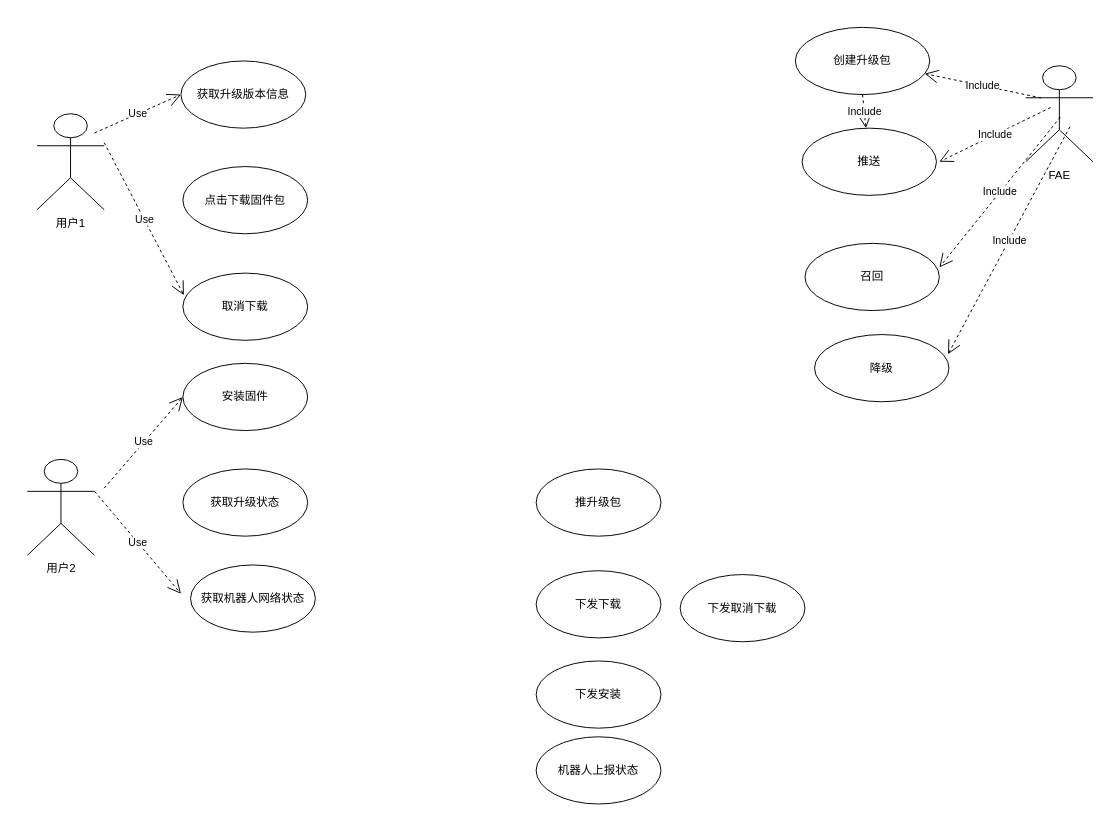
Earlier version of the draw.io diagram craft/Case_push_site_1.drawio (feihu618/drawio). Source tidied: cells renumbered, new cells numbered last; positions are measured from the earlier drawing's top-left corner, leaving out a move shared by most shapes. Both pictures are drawn from the tidied source at 96%, with x=0, y=0 at pixel (27, 27).
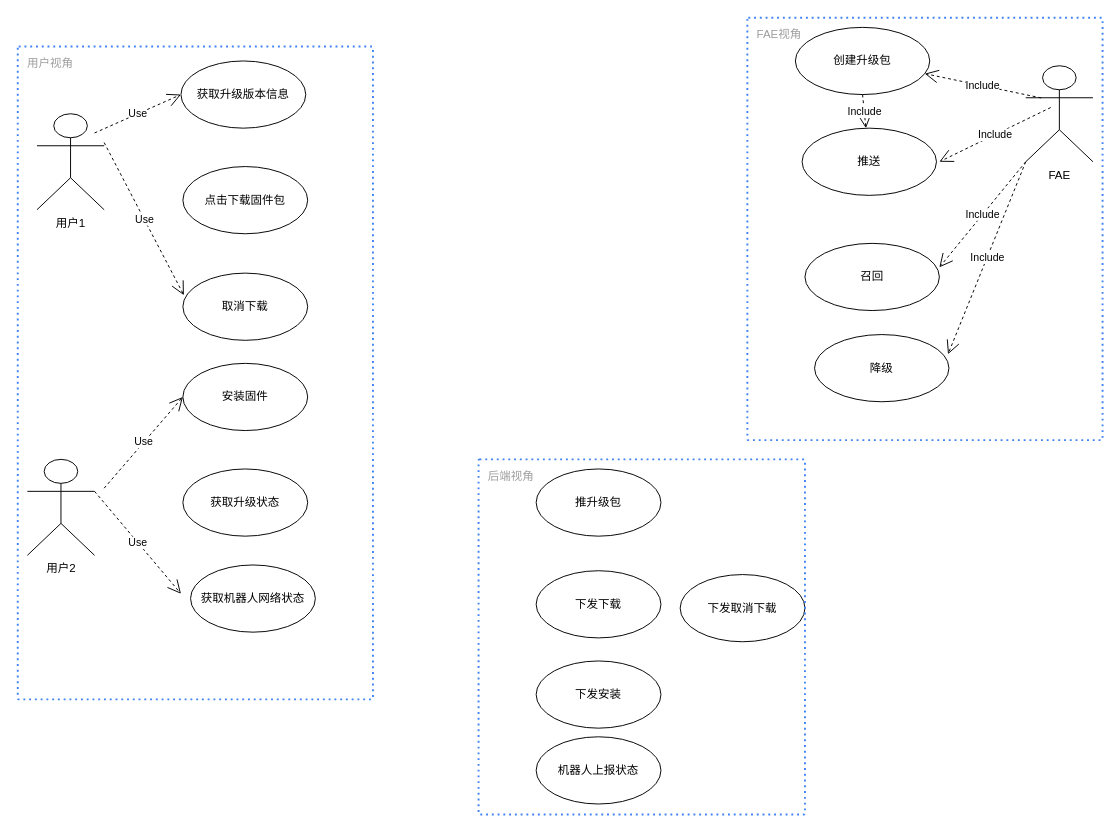
The same diagram, later.

The change refers to these unchanged cells:
```xml
<mxCell id="5" value="FAE" style="shape=umlActor;verticalLabelPosition=bottom;verticalAlign=top;html=1;" parent="1" vertex="1">
  <mxGeometry x="1040" y="40" width="70" height="100" as="geometry" />
</mxCell>
<mxCell id="9" value="召回" style="ellipse;whiteSpace=wrap;html=1;" parent="1" vertex="1">
  <mxGeometry x="810" y="225" width="140" height="70" as="geometry" />
</mxCell>
<mxCell id="11" value="降级" style="ellipse;whiteSpace=wrap;html=1;" parent="1" vertex="1">
  <mxGeometry x="820" y="320" width="140" height="70" as="geometry" />
</mxCell>
```

What changed in the source:
```diff
@@
+    <mxCell id="29" value="用户视角" style="rounded=1;absoluteArcSize=1;arcSize=2;html=1;strokeColor=none;gradientColor=none;shadow=0;dashed=1;strokeColor=#4284F3;fontSize=12;fontColor=#9E9E9E;align=left;verticalAlign=top;spacing=10;spacingTop=-4;fillColor=none;dashPattern=1 2;strokeWidth=2;" parent="1" vertex="1">
+      <mxGeometry x="-10" y="20" width="370" height="680" as="geometry" />
+    </mxCell>
@@
-    <mxCell id="10" value="Include" style="endArrow=open;endSize=12;dashed=1;html=1;rounded=0;exitX=0.229;exitY=0.335;exitDx=0;exitDy=0;exitPerimeter=0;entryX=1;entryY=0.357;entryDx=0;entryDy=0;entryPerimeter=0;" parent="1" edge="1" target="9">
-      <mxGeometry relative="1" as="geometry">
-        <mxPoint x="1076" y="93.5" as="sourcePoint" />
-      </mxGeometry>
+    <mxCell id="10" value="Include" style="endArrow=open;endSize=12;dashed=1;html=1;rounded=0;exitX=0;exitY=1;exitDx=0;exitDy=0;exitPerimeter=0;entryX=1;entryY=0.357;entryDx=0;entryDy=0;entryPerimeter=0;" parent="1" edge="1" source="5" target="9">
+      <mxGeometry relative="1" as="geometry" />
     </mxCell>
@@
-    <mxCell id="12" value="Include" style="endArrow=open;endSize=12;dashed=1;html=1;rounded=0;exitX=0.229;exitY=0.335;exitDx=0;exitDy=0;exitPerimeter=0;entryX=0.993;entryY=0.293;entryDx=0;entryDy=0;entryPerimeter=0;" parent="1" edge="1" target="11">
+    <mxCell id="12" value="Include" style="endArrow=open;endSize=12;dashed=1;html=1;rounded=0;entryX=0.993;entryY=0.293;entryDx=0;entryDy=0;entryPerimeter=0;" parent="1" edge="1" target="11">
       <mxGeometry relative="1" as="geometry">
-        <mxPoint x="1086" y="103.5" as="sourcePoint" />
+        <mxPoint x="1040" y="140" as="sourcePoint" />
       </mxGeometry>
     </mxCell>
@@
+    <mxCell id="30" value="后端视角" style="rounded=1;absoluteArcSize=1;arcSize=2;html=1;strokeColor=none;gradientColor=none;shadow=0;dashed=1;strokeColor=#4284F3;fontSize=12;fontColor=#9E9E9E;align=left;verticalAlign=top;spacing=10;spacingTop=-4;fillColor=none;dashPattern=1 2;strokeWidth=2;" parent="1" vertex="1">
+      <mxGeometry x="470" y="450" width="340" height="370" as="geometry" />
+    </mxCell>
+    <mxCell id="31" value="FAE视角" style="rounded=1;absoluteArcSize=1;arcSize=2;html=1;strokeColor=none;gradientColor=none;shadow=0;dashed=1;strokeColor=#4284F3;fontSize=12;fontColor=#9E9E9E;align=left;verticalAlign=top;spacing=10;spacingTop=-4;fillColor=none;dashPattern=1 2;strokeWidth=2;" parent="1" vertex="1">
+      <mxGeometry x="750" y="-10" width="370" height="440" as="geometry" />
+    </mxCell>
```
